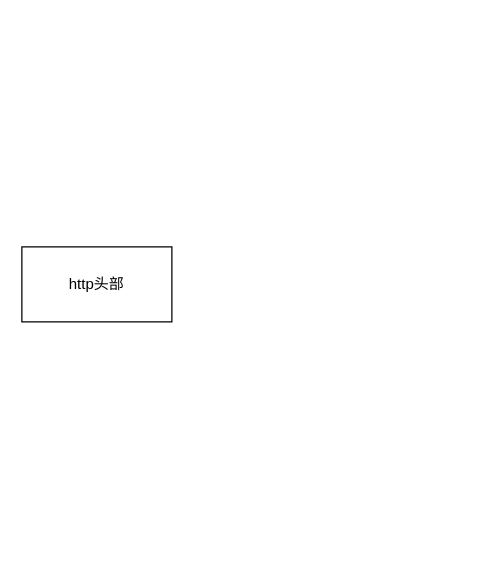
lmxyjy/draw.io keeps this draw.io diagram as http头部.drawio. Above is the earlier version. Source tidied: cells renumbered, new cells numbered last; positions are measured from the earlier drawing's top-left corner, leaving out a move shared by most shapes. Both pictures are drawn from the tidied source at 125%, with x=0, y=0 at pixel (21, 246).
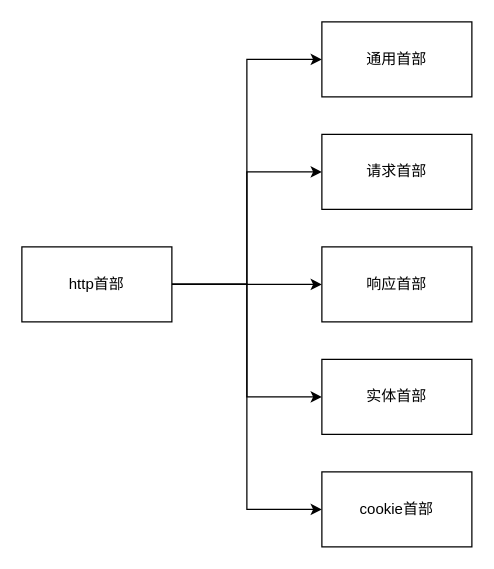
After the change.

Diff of the diagram source:
```diff
@@
 <mxGraphModel>
   <root>
     <mxCell id="0" />
     <mxCell id="1" parent="0" />
+    <mxCell id="3" style="edgeStyle=orthogonalEdgeStyle;rounded=0;jettySize=auto;html=1;entryX=0;entryY=0.5;entryDx=0;entryDy=0;" parent="1" edge="1" source="2" target="8">
+      <mxGeometry relative="1" as="geometry" />
+    </mxCell>
+    <mxCell id="4" style="edgeStyle=orthogonalEdgeStyle;rounded=0;jettySize=auto;html=1;entryX=0;entryY=0.5;entryDx=0;entryDy=0;" parent="1" edge="1" source="2" target="9">
+      <mxGeometry relative="1" as="geometry" />
+    </mxCell>
+    <mxCell id="5" style="edgeStyle=orthogonalEdgeStyle;rounded=0;jettySize=auto;html=1;entryX=0;entryY=0.5;entryDx=0;entryDy=0;" parent="1" edge="1" source="2" target="10">
+      <mxGeometry relative="1" as="geometry" />
+    </mxCell>
+    <mxCell id="6" style="edgeStyle=orthogonalEdgeStyle;rounded=0;jettySize=auto;html=1;entryX=0;entryY=0.5;entryDx=0;entryDy=0;" parent="1" edge="1" source="2" target="11">
+      <mxGeometry relative="1" as="geometry" />
+    </mxCell>
+    <mxCell id="7" style="edgeStyle=orthogonalEdgeStyle;rounded=0;jettySize=auto;html=1;entryX=0;entryY=0.5;entryDx=0;entryDy=0;" parent="1" edge="1" source="2" target="12">
+      <mxGeometry relative="1" as="geometry" />
+    </mxCell>
-    <mxCell id="2" value="http头部" style="rounded=0;whiteSpace=wrap;html=1;" parent="1" vertex="1">
+    <mxCell id="2" value="http首部" style="rounded=0;whiteSpace=wrap;html=1;" parent="1" vertex="1">
       <mxGeometry width="120" height="60" as="geometry" />
     </mxCell>
+    <mxCell id="8" value="通用首部" style="whiteSpace=wrap;html=1;" parent="1" vertex="1">
+      <mxGeometry x="240" y="-180" width="120" height="60" as="geometry" />
+    </mxCell>
+    <mxCell id="9" value="请求首部" style="whiteSpace=wrap;html=1;" parent="1" vertex="1">
+      <mxGeometry x="240" y="-90" width="120" height="60" as="geometry" />
+    </mxCell>
+    <mxCell id="10" value="响应首部" style="whiteSpace=wrap;html=1;" parent="1" vertex="1">
+      <mxGeometry x="240" width="120" height="60" as="geometry" />
+    </mxCell>
+    <mxCell id="11" value="实体首部" style="whiteSpace=wrap;html=1;" parent="1" vertex="1">
+      <mxGeometry x="240" y="90" width="120" height="60" as="geometry" />
+    </mxCell>
+    <mxCell id="12" value="cookie首部" style="whiteSpace=wrap;html=1;" parent="1" vertex="1">
+      <mxGeometry x="240" y="180" width="120" height="60" as="geometry" />
+    </mxCell>
   </root>
 </mxGraphModel>
```
